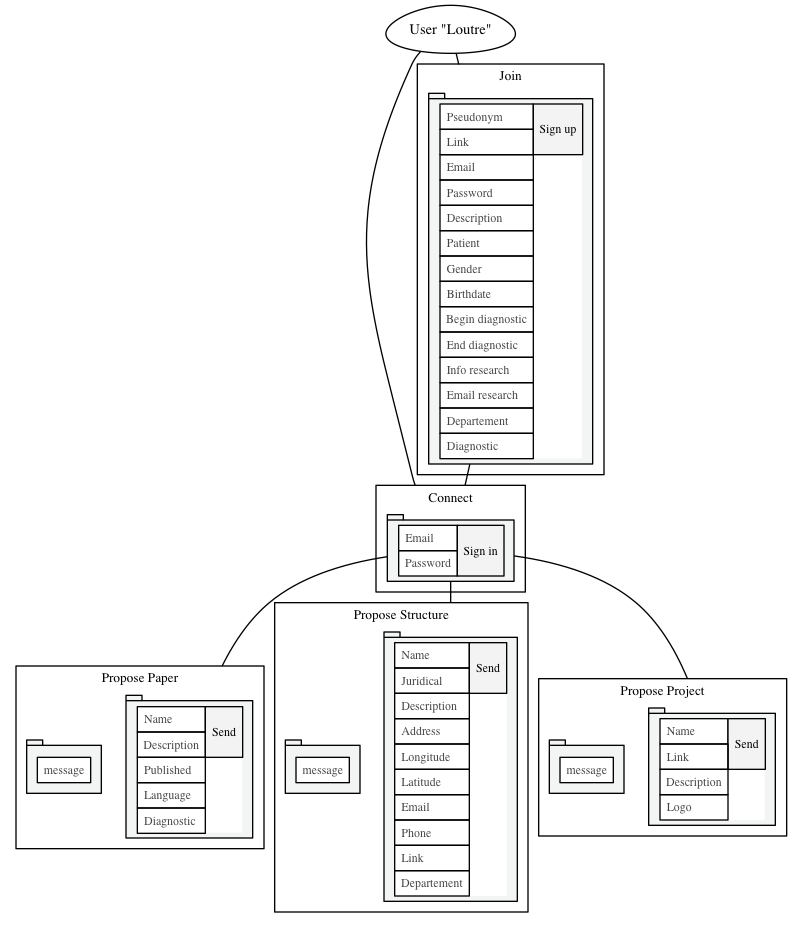
adjivas/site-ref keeps this Graphviz diagram as roots.png. Above is the earlier version. Its source is kept beside it as roots.dot.
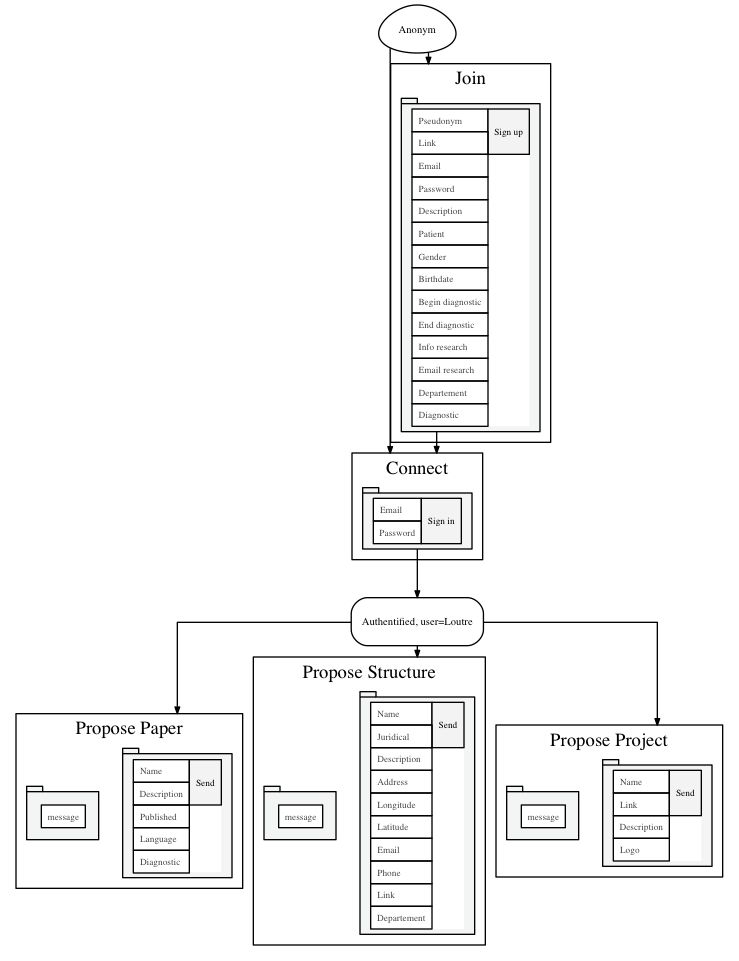
After the change.

Change to the diagram source:
```diff
@@ -1,15 +1,14 @@
 graph siteRefUser {
 
-  ranksep=0.2;
-  compound=true;
-  splines = true;
-  node [fontsize = 11];
-  graph [fontsize=10, compound=true];
+  graph [splines=ortho, compound=true, rankdir=TB];
+
+  node [fontsize=8];
+  edge [arrowsize=0.5];
 
 
   # Actor
 
-  nodeUser [label = "User \"Loutre\"", shape=egg];
+  nodeUser [label = "Anonym", shape=egg];
 
   # View
 
@@ -24,7 +23,7 @@
         <TR>
   	      <TD ALIGN="LEFT"><FONT COLOR="#454545">Password</FONT></TD>
         </TR>
-    </TABLE>>, shape="tab", style="filled", fillcolor="#F3F4F4", fontsize="9"];
+    </TABLE>>, shape="tab", style="filled", fillcolor="#F3F4F4", fontsize="7"];
   }
 
   subgraph clusterTitleJoin {
@@ -74,11 +73,12 @@
         <TR>
   	      <TD ALIGN="LEFT"><FONT COLOR="#454545">Diagnostic</FONT></TD>
         </TR>
-    </TABLE>>, shape="tab", style="filled", fillcolor="#F3F4F4", fontsize="9"];
+    </TABLE>>, shape="tab", style="filled", fillcolor="#F3F4F4", fontsize="7"];
   }
 
   subgraph clusterTitlePaperPropose {
     label="Propose Paper";
+	rankdir=LR;
     nodeFormPaperPropose [label=<
       <TABLE BORDER="0" CELLBORDER="1" CELLSPACING="0" CELLPADDING="4" BGCOLOR="white">
         <TR>
@@ -97,13 +97,13 @@
         <TR>
   	      <TD ALIGN="LEFT"><FONT COLOR="#454545">Diagnostic</FONT></TD>
         </TR>
-      </TABLE>>, shape="tab", style="filled", fillcolor="#F3F4F4", fontsize="9"];
+      </TABLE>>, shape="tab", style="filled", fillcolor="#F3F4F4", fontsize="7"];
     nodeFormPaperPropositionSend [label=<
       <TABLE BORDER="0" CELLBORDER="1" CELLSPACING="0" CELLPADDING="4" BGCOLOR="white">
         <TR>
   	      <TD ALIGN="LEFT"><FONT COLOR="#454545">message</FONT></TD>
         </TR>
-      </TABLE>>, shape="tab", style="filled", fillcolor="#F3F4F4", fontsize="9"];
+      </TABLE>>, shape="tab", style="filled", fillcolor="#F3F4F4", fontsize="7"];
   }
 
   subgraph clusterTitleStructurePropose {
@@ -141,13 +141,13 @@
         <TR>
   	      <TD ALIGN="LEFT"><FONT COLOR="#454545">Departement</FONT></TD>
         </TR>
-      </TABLE>>, shape="tab", style="filled", fillcolor="#F3F4F4", fontsize="9"];
+      </TABLE>>, shape="tab", style="filled", fillcolor="#F3F4F4", fontsize="7"];
     nodeFormStructurePropositionSend [label=<
       <TABLE BORDER="0" CELLBORDER="1" CELLSPACING="0" CELLPADDING="4" BGCOLOR="white">
         <TR>
   	      <TD ALIGN="LEFT"><FONT COLOR="#454545">message</FONT></TD>
         </TR>
-      </TABLE>>, shape="tab", style="filled", fillcolor="#F3F4F4", fontsize="9"];
+      </TABLE>>, shape="tab", style="filled", fillcolor="#F3F4F4", fontsize="7"];
   }
 
   subgraph clusterTitleProjectPropose {
@@ -167,21 +167,27 @@
         <TR>
   	      <TD ALIGN="LEFT"><FONT COLOR="#454545">Logo</FONT></TD>
         </TR>
-      </TABLE>>, shape="tab", style="filled", fillcolor="#F3F4F4", fontsize="9"];
+      </TABLE>>, shape="tab", style="filled", fillcolor="#F3F4F4", fontsize="7"];
     nodeFormProjectPropositionSend [label=<
       <TABLE BORDER="0" CELLBORDER="1" CELLSPACING="0" CELLPADDING="4" BGCOLOR="white">
         <TR>
   	      <TD ALIGN="LEFT"><FONT COLOR="#454545">message</FONT></TD>
         </TR>
-      </TABLE>>, shape="tab", style="filled", fillcolor="#F3F4F4", fontsize="9"];
+      </TABLE>>, shape="tab", style="filled", fillcolor="#F3F4F4", fontsize="7"];
   }
+
+  # Controleur
+
+  nodeControleurConnect [label = "{Authentified, user=Loutre}", shape = Mrecord];
+
 
   # Redirection
 
-  nodeUser -- nodeFormUserConnect [lhead=clusterTitleConnect];
-  nodeUser -- nodeFormUserJoin [lhead=clusterTitleJoin];
-  nodeFormUserJoin -- nodeFormUserConnect [lhead=clusterTitleConnect];
-  nodeFormUserConnect -- nodeFormPaperPropose [lhead=clusterTitlePaperPropose];
-  nodeFormUserConnect -- nodeFormStructurePropose [lhead=clusterTitleStructurePropose];
-  nodeFormUserConnect -- nodeFormProjectPropose [lhead=clusterTitleProjectPropose];
+  nodeUser -- nodeFormUserConnect [lhead=clusterTitleConnect, dir=forward];
+  nodeUser -- nodeFormUserJoin [lhead=clusterTitleJoin, dir=forward];
+  nodeFormUserJoin -- nodeFormUserConnect [lhead=clusterTitleConnect, dir=forward];
+  nodeFormUserConnect -- nodeControleurConnect [labeldistance = 3, dir=forward];
+  nodeControleurConnect -- nodeFormPaperPropose [lhead=clusterTitlePaperPropose, dir=forward];
+  nodeControleurConnect -- nodeFormProjectPropose [lhead=clusterTitleProjectPropose, dir=forward];
+  nodeControleurConnect -- nodeFormStructurePropose [lhead=clusterTitleStructurePropose, dir=forward];
 }
```
